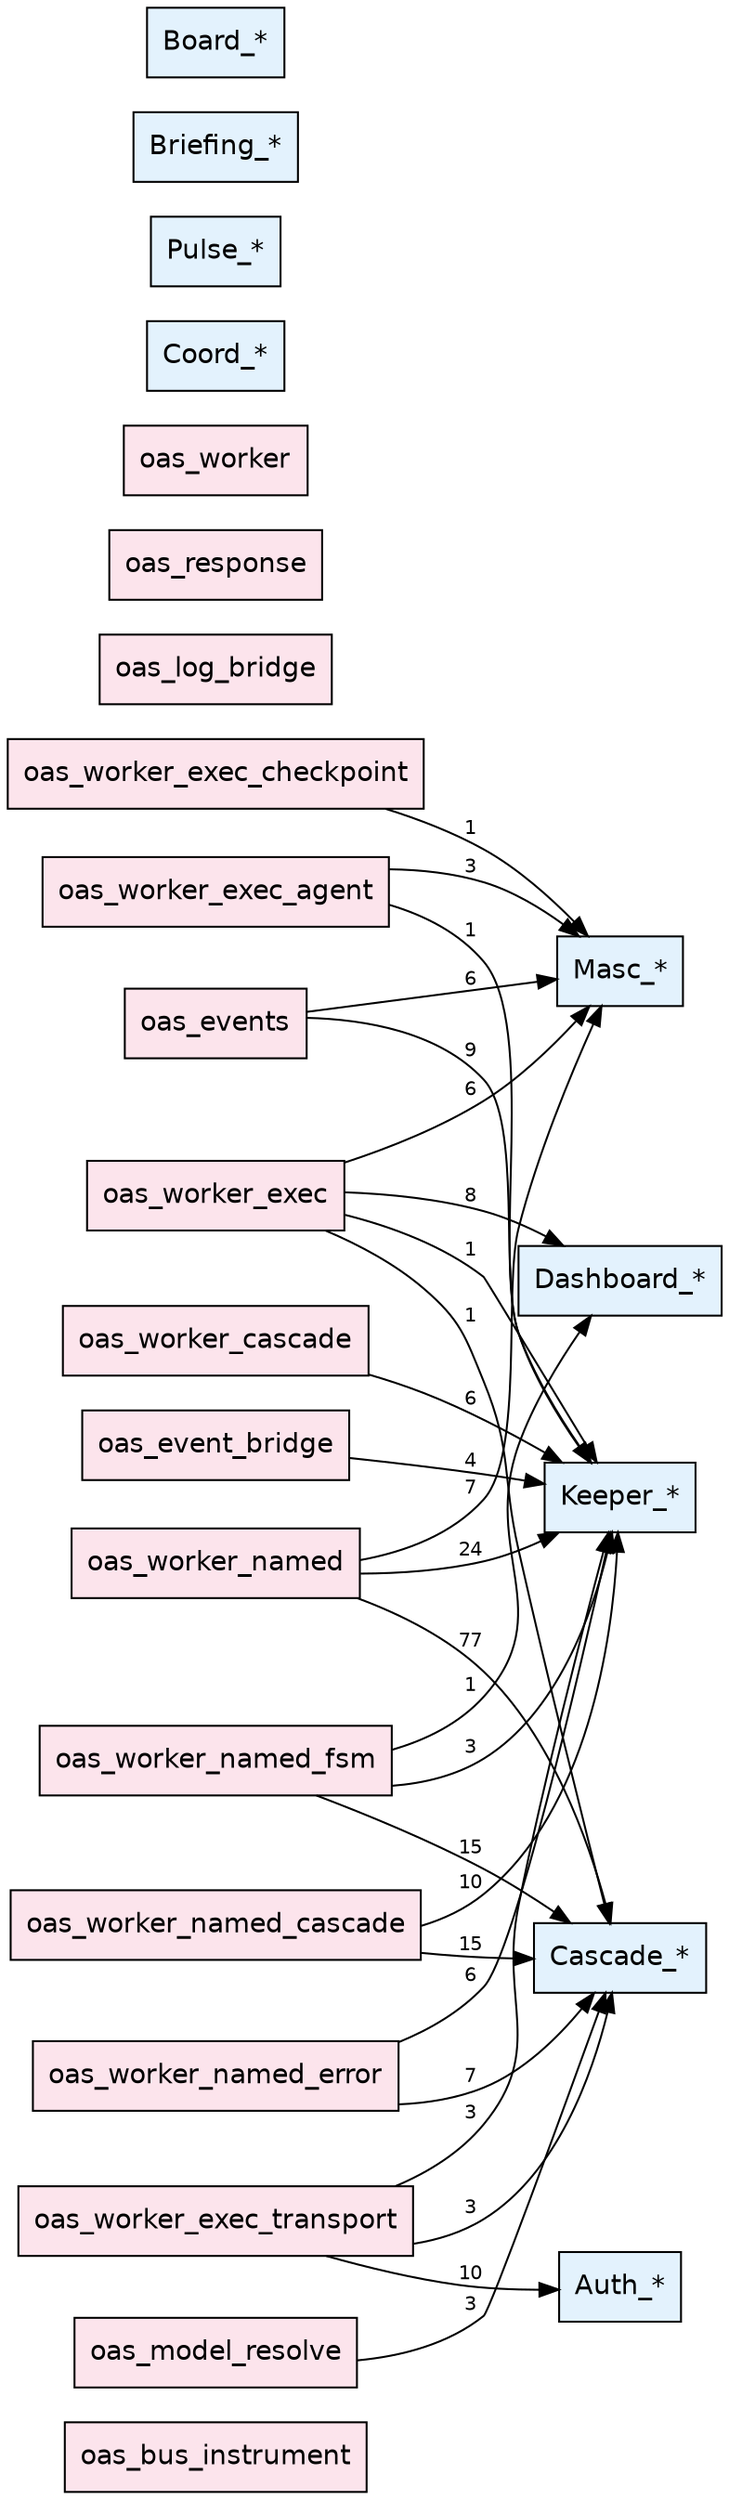
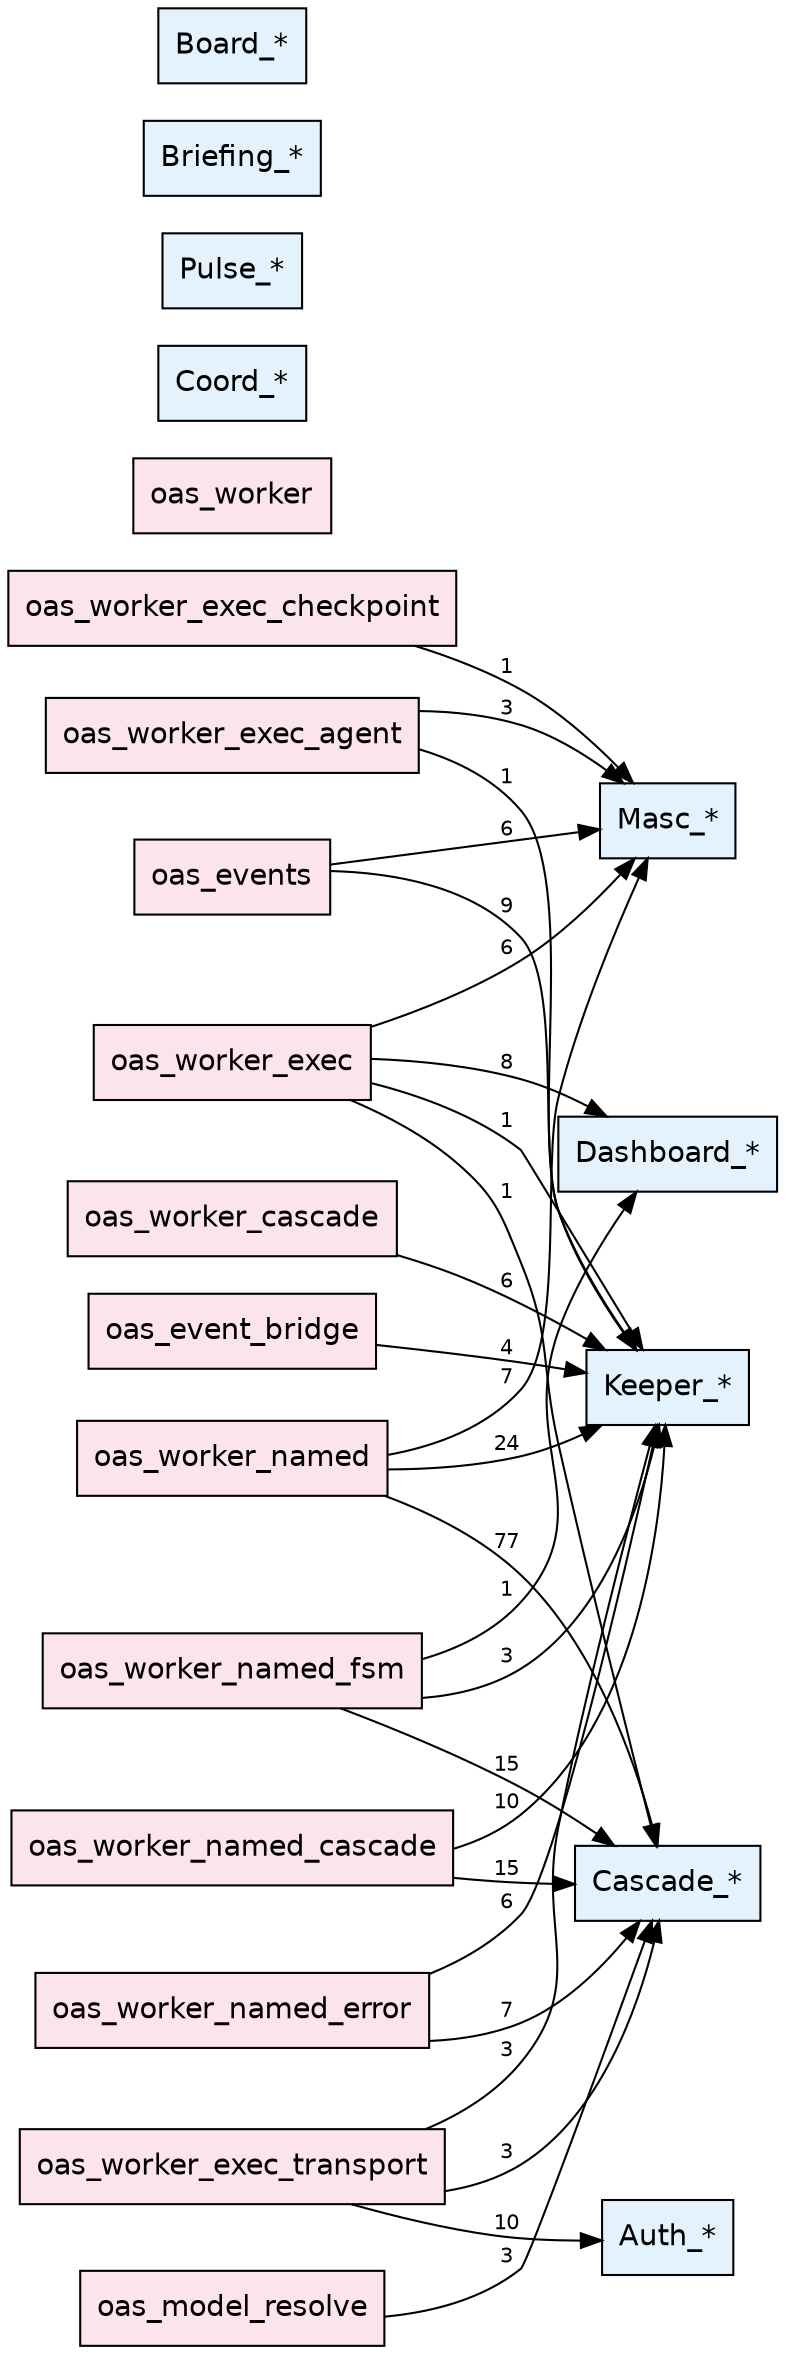
// RFC-0047 module graph (frozen at Phase 1)
// Edges: oas_*.ml → external domain category, label = ref count.
digraph rfc_0047 {
  rankdir=LR;
  node [shape=box, fontname="Helvetica"];
  edge [fontname="Helvetica", fontsize=10];

  // OAS adapter family
-   "oas_bus_instrument" [style=filled, fillcolor="#fce4ec"];
  "oas_event_bridge" [style=filled, fillcolor="#fce4ec"];
  "oas_events" [style=filled, fillcolor="#fce4ec"];
-   "oas_log_bridge" [style=filled, fillcolor="#fce4ec"];
  "oas_model_resolve" [style=filled, fillcolor="#fce4ec"];
-   "oas_response" [style=filled, fillcolor="#fce4ec"];
  "oas_worker_cascade" [style=filled, fillcolor="#fce4ec"];
  "oas_worker_exec_agent" [style=filled, fillcolor="#fce4ec"];
  "oas_worker_exec_checkpoint" [style=filled, fillcolor="#fce4ec"];
  "oas_worker_exec_transport" [style=filled, fillcolor="#fce4ec"];
  "oas_worker_exec" [style=filled, fillcolor="#fce4ec"];
  "oas_worker_named_cascade" [style=filled, fillcolor="#fce4ec"];
  "oas_worker_named_error" [style=filled, fillcolor="#fce4ec"];
  "oas_worker_named_fsm" [style=filled, fillcolor="#fce4ec"];
  "oas_worker_named" [style=filled, fillcolor="#fce4ec"];
  "oas_worker" [style=filled, fillcolor="#fce4ec"];

  // Target domain categories
  "Cascade_*" [style=filled, fillcolor="#e3f2fd"];
  "Keeper_*" [style=filled, fillcolor="#e3f2fd"];
  "Masc_*" [style=filled, fillcolor="#e3f2fd"];
  "Dashboard_*" [style=filled, fillcolor="#e3f2fd"];
  "Auth_*" [style=filled, fillcolor="#e3f2fd"];
  "Coord_*" [style=filled, fillcolor="#e3f2fd"];
  "Pulse_*" [style=filled, fillcolor="#e3f2fd"];
  "Briefing_*" [style=filled, fillcolor="#e3f2fd"];
  "Board_*" [style=filled, fillcolor="#e3f2fd"];

  // Cross-domain references
  "oas_event_bridge" -> "Keeper_*" [label="4"];
  "oas_events" -> "Keeper_*" [label="9"];
  "oas_events" -> "Masc_*" [label="6"];
  "oas_model_resolve" -> "Cascade_*" [label="3"];
  "oas_worker_cascade" -> "Keeper_*" [label="6"];
  "oas_worker_exec_agent" -> "Keeper_*" [label="1"];
  "oas_worker_exec_agent" -> "Masc_*" [label="3"];
  "oas_worker_exec_checkpoint" -> "Masc_*" [label="1"];
  "oas_worker_exec_transport" -> "Cascade_*" [label="3"];
  "oas_worker_exec_transport" -> "Keeper_*" [label="3"];
  "oas_worker_exec_transport" -> "Auth_*" [label="10"];
  "oas_worker_exec" -> "Cascade_*" [label="1"];
  "oas_worker_exec" -> "Keeper_*" [label="1"];
  "oas_worker_exec" -> "Masc_*" [label="6"];
  "oas_worker_exec" -> "Dashboard_*" [label="8"];
  "oas_worker_named_cascade" -> "Cascade_*" [label="15"];
  "oas_worker_named_cascade" -> "Keeper_*" [label="10"];
  "oas_worker_named_error" -> "Cascade_*" [label="7"];
  "oas_worker_named_error" -> "Keeper_*" [label="6"];
  "oas_worker_named_fsm" -> "Cascade_*" [label="15"];
  "oas_worker_named_fsm" -> "Keeper_*" [label="3"];
  "oas_worker_named_fsm" -> "Dashboard_*" [label="1"];
  "oas_worker_named" -> "Cascade_*" [label="77"];
  "oas_worker_named" -> "Keeper_*" [label="24"];
  "oas_worker_named" -> "Masc_*" [label="7"];
}
